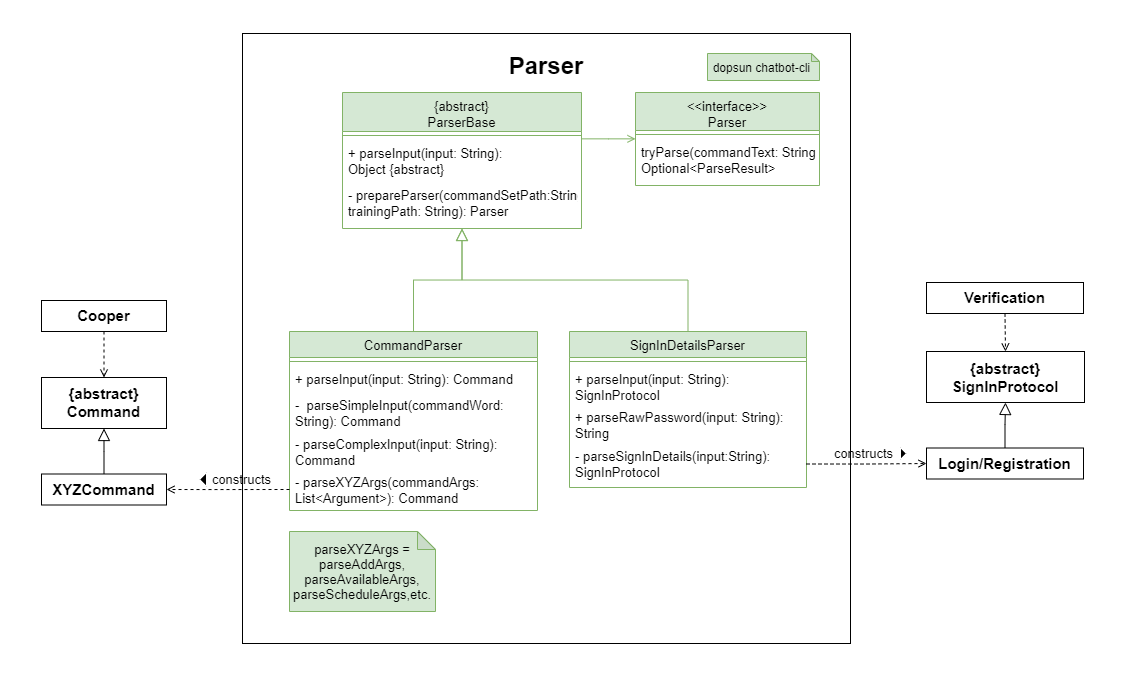
theeugenechong/tp keeps this draw.io diagram as docs/developerGuideDiagrams/parserComponent.png. Above is the earlier version. Source tidied: cells renumbered, new cells last; positions are measured from the earlier drawing's top-left corner, leaving out a move shared by most shapes.
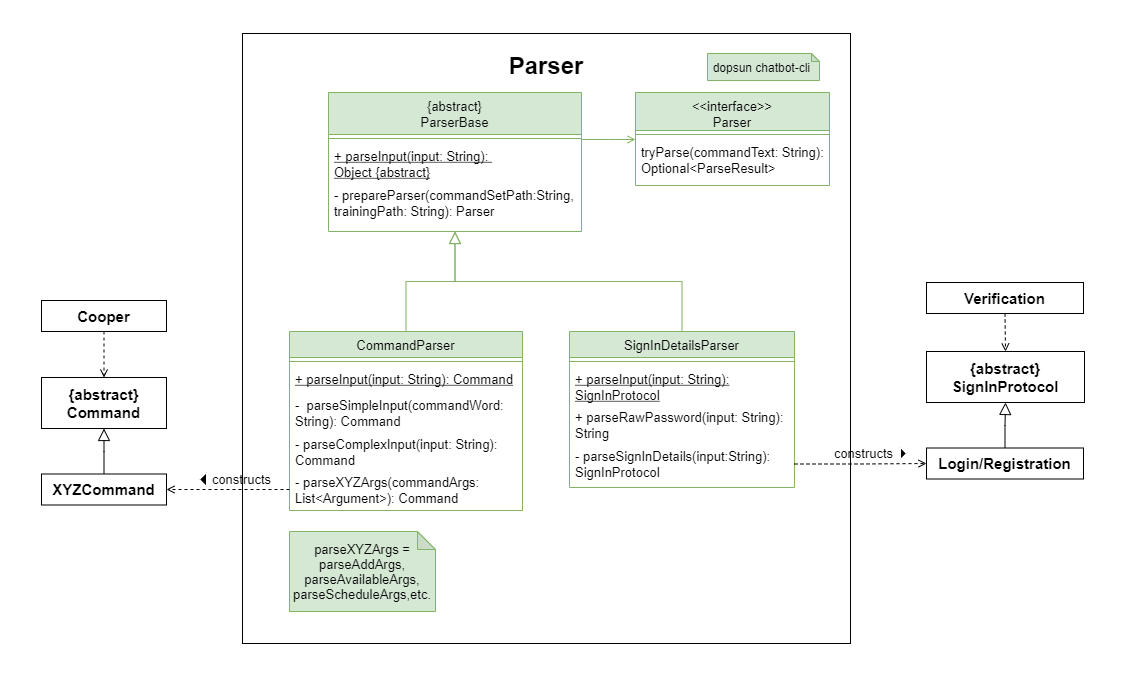
The same file after the commit.

What changed in the source:
```diff
@@ -8,65 +8,65 @@
     <mxCell id="3" value="&lt;b&gt;&lt;font style=&quot;font-size: 24px&quot;&gt;Parser&lt;/font&gt;&lt;br&gt;&lt;br&gt;&lt;br&gt;&lt;br&gt;&lt;br&gt;&lt;br&gt;&lt;br&gt;&lt;br&gt;&lt;br&gt;&lt;br&gt;&lt;br&gt;&lt;br&gt;&lt;br&gt;&lt;br&gt;&lt;br&gt;&lt;br&gt;&lt;br&gt;&lt;br&gt;&lt;br&gt;&lt;br&gt;&lt;br&gt;&lt;br&gt;&lt;br&gt;&lt;br&gt;&lt;br&gt;&lt;br&gt;&lt;br&gt;&lt;br&gt;&lt;br&gt;&lt;br&gt;&lt;br&gt;&lt;br&gt;&lt;br&gt;&lt;br&gt;&lt;br&gt;&lt;br&gt;&lt;br&gt;&lt;br&gt;&lt;br&gt;&lt;br&gt;&lt;/b&gt;" style="rounded=0;whiteSpace=wrap;html=1;" parent="1" vertex="1">
       <mxGeometry x="242" y="33" width="608" height="610" as="geometry" />
     </mxCell>
-    <mxCell id="4" value="{abstract}&#10;ParserBase" style="swimlane;fontStyle=0;align=center;verticalAlign=top;horizontal=1;startSize=39;rounded=0;shadow=0;strokeWidth=1;fillColor=#d5e8d4;strokeColor=#82b366;fontSize=13;" parent="1" vertex="1">
-      <mxGeometry x="342" y="92" width="239" height="136" as="geometry" />
+    <mxCell id="4" value="{abstract}&#10;ParserBase" style="swimlane;fontStyle=0;align=center;verticalAlign=top;horizontal=1;startSize=42;rounded=0;shadow=0;strokeWidth=1;fillColor=#d5e8d4;strokeColor=#82b366;fontSize=13;" parent="1" vertex="1">
+      <mxGeometry x="328" y="92" width="253" height="139" as="geometry" />
     </mxCell>
     <mxCell id="5" style="line;html=1;strokeWidth=1;align=left;verticalAlign=middle;spacingTop=-1;spacingLeft=3;spacingRight=3;labelPosition=right;fillColor=#d5e8d4;strokeColor=#82b366;fontSize=13;" parent="4" vertex="1">
-      <mxGeometry y="39" width="239" height="8" as="geometry" />
+      <mxGeometry y="42" width="253" height="8" as="geometry" />
     </mxCell>
-    <mxCell id="6" value="+ parseInput(input: String): &#10;Object {abstract}" style="text;align=left;verticalAlign=top;spacingLeft=4;spacingRight=4;overflow=hidden;fontSize=13;" parent="4" vertex="1">
-      <mxGeometry y="47" width="239" height="42" as="geometry" />
+    <mxCell id="6" value="+ parseInput(input: String): &#10;Object {abstract}" style="text;align=left;verticalAlign=top;spacingLeft=4;spacingRight=4;overflow=hidden;fontSize=13;fontStyle=4;" parent="4" vertex="1">
+      <mxGeometry y="50" width="253" height="39" as="geometry" />
     </mxCell>
     <mxCell id="7" value="- prepareParser(commandSetPath:String,&#10;trainingPath: String): Parser" style="text;strokeColor=none;fillColor=none;align=left;verticalAlign=top;spacingLeft=4;spacingRight=4;overflow=hidden;fontSize=13;" parent="4" vertex="1">
-      <mxGeometry y="89" width="239" height="47" as="geometry" />
+      <mxGeometry y="89" width="253" height="41" as="geometry" />
     </mxCell>
     <mxCell id="8" value="CommandParser" style="swimlane;fontStyle=0;align=center;verticalAlign=top;horizontal=1;startSize=26;rounded=0;shadow=0;strokeWidth=1;fillColor=#d5e8d4;strokeColor=#82b366;fontSize=13;" parent="1" vertex="1">
-      <mxGeometry x="289" y="331" width="248" height="179" as="geometry" />
+      <mxGeometry x="289" y="331" width="233" height="179" as="geometry" />
     </mxCell>
     <mxCell id="9" style="line;html=1;strokeWidth=1;align=left;verticalAlign=middle;spacingTop=-1;spacingLeft=3;spacingRight=3;labelPosition=right;fillColor=#d5e8d4;strokeColor=#82b366;fontSize=13;" parent="8" vertex="1">
-      <mxGeometry y="26" width="248" height="8" as="geometry" />
+      <mxGeometry y="26" width="233" height="8" as="geometry" />
     </mxCell>
-    <mxCell id="10" value="+ parseInput(input: String): Command" style="text;align=left;verticalAlign=top;spacingLeft=4;spacingRight=4;overflow=hidden;fontStyle=0;fontSize=13;" parent="8" vertex="1">
-      <mxGeometry y="34" width="248" height="26" as="geometry" />
+    <mxCell id="10" value="+ parseInput(input: String): Command" style="text;align=left;verticalAlign=top;spacingLeft=4;spacingRight=4;overflow=hidden;fontStyle=4;fontSize=13;" parent="8" vertex="1">
+      <mxGeometry y="34" width="233" height="26" as="geometry" />
     </mxCell>
     <mxCell id="11" value="-  parseSimpleInput(commandWord: &#10;String): Command" style="text;align=left;verticalAlign=top;spacingLeft=4;spacingRight=4;overflow=hidden;fontSize=13;" parent="8" vertex="1">
-      <mxGeometry y="60" width="248" height="39" as="geometry" />
+      <mxGeometry y="60" width="233" height="39" as="geometry" />
     </mxCell>
     <mxCell id="12" value="- parseComplexInput(input: String): &#10;Command" style="text;strokeColor=none;fillColor=none;align=left;verticalAlign=top;spacingLeft=4;spacingRight=4;overflow=hidden;fontSize=13;" parent="8" vertex="1">
-      <mxGeometry y="99" width="248" height="38" as="geometry" />
+      <mxGeometry y="99" width="233" height="38" as="geometry" />
     </mxCell>
     <mxCell id="13" value="- parseXYZArgs(commandArgs: &#10;List&lt;Argument&gt;): Command" style="text;strokeColor=none;fillColor=none;align=left;verticalAlign=top;spacingLeft=4;spacingRight=4;overflow=hidden;points=[[0,0.5],[1,0.5]];portConstraint=eastwest;fontSize=13;" parent="8" vertex="1">
-      <mxGeometry y="137" width="248" height="42" as="geometry" />
+      <mxGeometry y="137" width="233" height="42" as="geometry" />
     </mxCell>
     <mxCell id="14" style="endArrow=block;endSize=10;endFill=0;shadow=0;strokeWidth=1;rounded=0;edgeStyle=elbowEdgeStyle;elbow=vertical;fillColor=#d5e8d4;strokeColor=#82b366;fontSize=13;" parent="1" edge="1" source="8" target="4">
       <mxGeometry relative="1" as="geometry" />
     </mxCell>
     <mxCell id="15" value="SignInDetailsParser" style="swimlane;fontStyle=0;align=center;verticalAlign=top;horizontal=1;startSize=26;rounded=0;shadow=0;strokeWidth=1;fillColor=#d5e8d4;strokeColor=#82b366;fontSize=13;" parent="1" vertex="1">
-      <mxGeometry x="569" y="331" width="237" height="156" as="geometry" />
+      <mxGeometry x="569" y="331" width="225" height="156" as="geometry" />
     </mxCell>
     <mxCell id="16" style="line;html=1;strokeWidth=1;align=left;verticalAlign=middle;spacingTop=-1;spacingLeft=3;spacingRight=3;labelPosition=right;fillColor=#d5e8d4;strokeColor=#82b366;fontSize=13;" parent="15" vertex="1">
-      <mxGeometry y="26" width="237" height="8" as="geometry" />
+      <mxGeometry y="26" width="225" height="8" as="geometry" />
     </mxCell>
-    <mxCell id="17" value="+ parseInput(input: String): &#10;SignInProtocol" style="text;align=left;verticalAlign=top;spacingLeft=4;spacingRight=4;overflow=hidden;fontSize=13;" parent="15" vertex="1">
-      <mxGeometry y="34" width="237" height="38" as="geometry" />
+    <mxCell id="17" value="+ parseInput(input: String): &#10;SignInProtocol" style="text;align=left;verticalAlign=top;spacingLeft=4;spacingRight=4;overflow=hidden;fontSize=13;fontStyle=4;" parent="15" vertex="1">
+      <mxGeometry y="34" width="225" height="38" as="geometry" />
     </mxCell>
     <mxCell id="18" value="+ parseRawPassword(input: String): &#10;String" style="text;strokeColor=none;fillColor=none;align=left;verticalAlign=top;spacingLeft=4;spacingRight=4;overflow=hidden;fontSize=13;" parent="15" vertex="1">
-      <mxGeometry y="72" width="237" height="39" as="geometry" />
+      <mxGeometry y="72" width="225" height="39" as="geometry" />
     </mxCell>
     <mxCell id="19" value="- parseSignInDetails(input:String): &#10;SignInProtocol" style="text;strokeColor=none;fillColor=none;align=left;verticalAlign=top;spacingLeft=4;spacingRight=4;overflow=hidden;points=[[0,0.5],[1,0.5]];portConstraint=eastwest;fontSize=13;" parent="15" vertex="1">
-      <mxGeometry y="111" width="237" height="43" as="geometry" />
+      <mxGeometry y="111" width="225" height="43" as="geometry" />
     </mxCell>
     <mxCell id="20" style="endArrow=block;endSize=10;endFill=0;shadow=0;strokeWidth=1;rounded=0;edgeStyle=elbowEdgeStyle;elbow=vertical;fillColor=#d5e8d4;strokeColor=#82b366;fontSize=13;" parent="1" edge="1" source="15" target="4">
       <mxGeometry relative="1" as="geometry" />
     </mxCell>
     <mxCell id="21" value="&lt;&lt;interface&gt;&gt;&#10;Parser" style="swimlane;fontStyle=0;align=center;verticalAlign=top;horizontal=1;startSize=38;rounded=0;shadow=0;strokeWidth=1;fillColor=#d5e8d4;strokeColor=#82b366;fontSize=13;" parent="1" vertex="1">
-      <mxGeometry x="635" y="92" width="184" height="93" as="geometry" />
+      <mxGeometry x="635" y="92" width="194" height="93" as="geometry" />
     </mxCell>
     <mxCell id="22" style="line;html=1;strokeWidth=1;align=left;verticalAlign=middle;spacingTop=-1;spacingLeft=3;spacingRight=3;labelPosition=right;fillColor=#d5e8d4;strokeColor=#82b366;fontSize=13;" parent="21" vertex="1">
-      <mxGeometry y="38" width="184" height="8" as="geometry" />
+      <mxGeometry y="38" width="194" height="8" as="geometry" />
     </mxCell>
     <mxCell id="23" value="tryParse(commandText: String): &#10;Optional&lt;ParseResult&gt;" style="text;strokeColor=none;fillColor=none;align=left;verticalAlign=top;spacingLeft=4;spacingRight=4;overflow=hidden;fontSize=13;" parent="21" vertex="1">
-      <mxGeometry y="46" width="184" height="42" as="geometry" />
+      <mxGeometry y="46" width="194" height="42" as="geometry" />
     </mxCell>
     <mxCell id="24" style="endArrow=open;shadow=0;strokeWidth=1;rounded=0;endFill=1;edgeStyle=elbowEdgeStyle;elbow=vertical;fillColor=#d5e8d4;strokeColor=#82b366;fontSize=13;" parent="1" edge="1" source="4" target="21">
       <mxGeometry x="0.5" y="41" relative="1" as="geometry">
```
